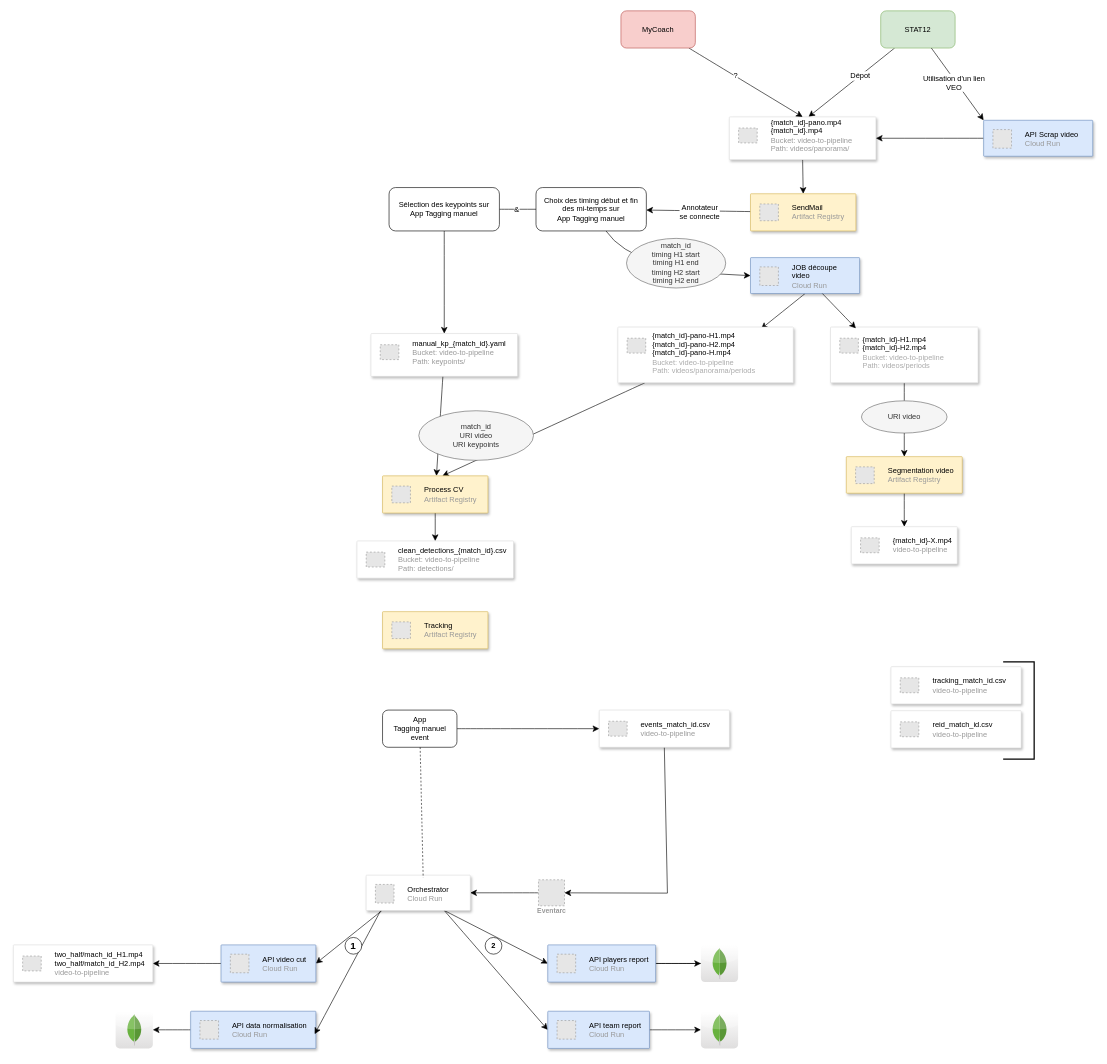
Earlier version of the draw.io diagram page "Full DS" (1 of 4) of Untitled Diagram.drawio (clairesecehDS/logo). Source tidied: cells renumbered, new cells numbered last; positions are measured from the earlier drawing's top-left corner, leaving out a move shared by most shapes. Both pictures are drawn from the tidied source at 62%, with x=0, y=0 at pixel (13, 11). Pictures stored in the file or linked from it are replaced by grey dashed boxes.
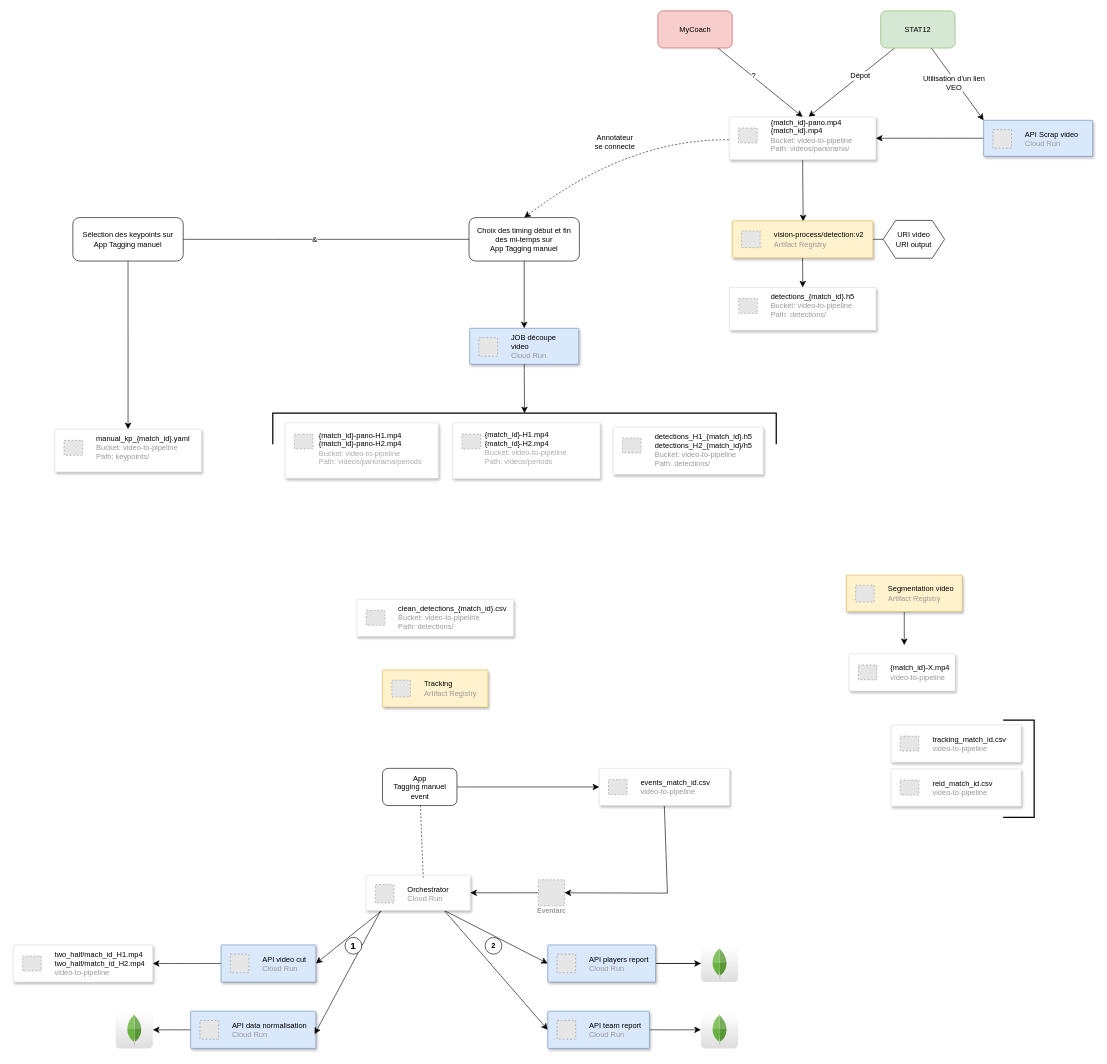
The same diagram, later.

The change refers to these unchanged cells:
```xml
<mxCell id="6" style="strokeColor=#dddddd;shadow=1;strokeWidth=1;rounded=1;absoluteArcSize=1;arcSize=2;" parent="1" vertex="1">
  <mxGeometry x="1154.8" y="171" width="236.5" height="69" as="geometry" />
</mxCell>
<mxCell id="78" style="edgeStyle=none;curved=1;rounded=0;jettySize=auto;html=1;fontSize=12;startSize=8;endSize=8;endArrow=none;endFill=0;" parent="1" edge="1" source="81" target="71">
  <mxGeometry relative="1" as="geometry" />
</mxCell>
```

The edit, as a diff of the source:
```diff
@@
-    <mxCell id="5" style="edgeStyle=none;curved=1;rounded=0;jettySize=auto;html=1;fontSize=12;startSize=8;endSize=8;exitX=0.5;exitY=1;exitDx=0;exitDy=0;entryX=0.5;entryY=0;entryDx=0;entryDy=0;" parent="1" edge="1" source="6" target="68">
+    <mxCell id="5" style="edgeStyle=none;curved=1;rounded=0;jettySize=auto;html=1;fontSize=12;startSize=8;endSize=8;exitX=0.5;exitY=1;exitDx=0;exitDy=0;entryX=0.504;entryY=0.017;entryDx=0;entryDy=0;entryPerimeter=0;" parent="1" edge="1" source="6" target="86">
       <mxGeometry relative="1" as="geometry" />
     </mxCell>
@@
     <mxCell id="9" style="strokeColor=#dddddd;shadow=1;strokeWidth=1;rounded=1;absoluteArcSize=1;arcSize=2;" parent="1" vertex="1">
-      <mxGeometry x="945" y="1127.8" width="210" height="60" as="geometry" />
+      <mxGeometry x="945" y="1221.8" width="210" height="60" as="geometry" />
     </mxCell>
@@
     <mxCell id="40" value="&lt;div&gt;App&lt;br&gt;&lt;/div&gt;&lt;div&gt;Tagging manuel&lt;/div&gt;&lt;div&gt;event&lt;br&gt;&lt;/div&gt;" style="rounded=1;whiteSpace=wrap;html=1;" parent="1" vertex="1">
-      <mxGeometry x="595.5" y="1127.8" width="120" height="60" as="geometry" />
+      <mxGeometry x="595.5" y="1221.8" width="120" height="60" as="geometry" />
     </mxCell>
     <mxCell id="41" style="strokeColor=#dddddd;shadow=1;strokeWidth=1;rounded=1;absoluteArcSize=1;arcSize=2;" parent="1" vertex="1">
-      <mxGeometry x="1415.5" y="1057.8" width="210" height="60" as="geometry" />
+      <mxGeometry x="1415.5" y="1151.8" width="210" height="60" as="geometry" />
     </mxCell>
@@
     <mxCell id="48" style="strokeColor=#dddddd;shadow=1;strokeWidth=1;rounded=1;absoluteArcSize=1;arcSize=2;" parent="1" vertex="1">
-      <mxGeometry x="1351.5" y="832" width="171" height="60" as="geometry" />
+      <mxGeometry x="1348" y="1037" width="171" height="60" as="geometry" />
     </mxCell>
@@
     <mxCell id="50" style="strokeColor=#dddddd;shadow=1;strokeWidth=1;rounded=1;absoluteArcSize=1;arcSize=2;" parent="1" vertex="1">
-      <mxGeometry x="554.2" y="855" width="252.5" height="60" as="geometry" />
+      <mxGeometry x="554.2" y="949" width="252.5" height="60" as="geometry" />
     </mxCell>
@@
     <mxCell id="52" style="strokeColor=#dddddd;shadow=1;strokeWidth=1;rounded=1;absoluteArcSize=1;arcSize=2;" parent="1" vertex="1">
-      <mxGeometry x="1415.5" y="1128.8" width="210" height="60" as="geometry" />
+      <mxGeometry x="1415.5" y="1222.8" width="210" height="60" as="geometry" />
     </mxCell>
@@
     <mxCell id="55" style="strokeWidth=2;html=1;shape=mxgraph.flowchart.annotation_1;align=left;rotation=-180;" parent="1" vertex="1">
-      <mxGeometry x="1596.5" y="1050" width="50" height="157" as="geometry" />
+      <mxGeometry x="1596.5" y="1144" width="50" height="157" as="geometry" />
     </mxCell>
-    <mxCell id="56" style="edgeStyle=none;curved=1;rounded=0;jettySize=auto;html=1;fontSize=12;startSize=8;endSize=8;exitX=0.5;exitY=1;exitDx=0;exitDy=0;entryX=0.816;entryY=0.033;entryDx=0;entryDy=0;entryPerimeter=0;" parent="1" edge="1" source="57" target="60">
-      <mxGeometry relative="1" as="geometry" />
-    </mxCell>
     <mxCell id="57" style="strokeColor=#6c8ebf;shadow=1;strokeWidth=1;rounded=1;absoluteArcSize=1;arcSize=2;fillColor=#dae8fc;" parent="1" vertex="1">
-      <mxGeometry x="1189" y="398" width="176" height="58" as="geometry" />
+      <mxGeometry x="736" y="512" width="176" height="58" as="geometry" />
     </mxCell>
@@
-    <mxCell id="59" style="edgeStyle=none;curved=1;rounded=0;jettySize=auto;html=1;entryX=0.568;entryY=0;entryDx=0;entryDy=0;fontSize=12;startSize=8;endSize=8;entryPerimeter=0;" parent="1" edge="1" source="60" target="86">
-      <mxGeometry relative="1" as="geometry" />
-    </mxCell>
     <mxCell id="60" style="strokeColor=#dddddd;shadow=1;strokeWidth=1;rounded=1;absoluteArcSize=1;arcSize=2;" parent="1" vertex="1">
-      <mxGeometry x="975" y="510" width="283" height="90" as="geometry" />
+      <mxGeometry x="438.5" y="664.5" width="247" height="89.5" as="geometry" />
     </mxCell>
@@
-    <mxCell id="62" value="&lt;div align=&quot;left&quot;&gt;{match_id&lt;font color=&quot;#000000&quot;&gt;}&lt;/font&gt;-pano-H1.mp4&lt;br&gt;{match_id&lt;font color=&quot;#000000&quot;&gt;}&lt;/font&gt;-pano-H2.mp4&lt;br&gt;{match_id&lt;font color=&quot;#000000&quot;&gt;}&lt;/font&gt;-pano-H.mp4&lt;br&gt;&lt;/div&gt;&lt;div align=&quot;left&quot;&gt;&lt;span style=&quot;color: light-dark(rgb(171, 171, 171), rgb(237, 237, 237));&quot;&gt;Bucket: video-to-pipeline&lt;/span&gt;&lt;/div&gt;&lt;div align=&quot;left&quot;&gt;&lt;span style=&quot;color: light-dark(rgb(171, 171, 171), rgb(237, 237, 237));&quot;&gt;Path: videos/panorama/periods&lt;br&gt;&lt;/span&gt;&lt;/div&gt;" style="text;html=1;align=left;verticalAlign=middle;whiteSpace=wrap;rounded=0;" parent="60" vertex="1">
-      <mxGeometry x="54.1" y="34" width="234.7" height="15.7" as="geometry" />
+    <mxCell id="62" value="&lt;div align=&quot;left&quot;&gt;{match_id&lt;font color=&quot;#000000&quot;&gt;}&lt;/font&gt;-pano-H1.mp4&lt;br&gt;{match_id&lt;font color=&quot;#000000&quot;&gt;}&lt;/font&gt;-pano-H2.mp4&lt;br&gt;&lt;/div&gt;&lt;div align=&quot;left&quot;&gt;&lt;span style=&quot;color: light-dark(rgb(171, 171, 171), rgb(237, 237, 237));&quot;&gt;Bucket: video-to-pipeline&lt;/span&gt;&lt;/div&gt;&lt;div align=&quot;left&quot;&gt;&lt;span style=&quot;color: light-dark(rgb(171, 171, 171), rgb(237, 237, 237));&quot;&gt;Path: videos/panorama/periods&lt;br&gt;&lt;/span&gt;&lt;/div&gt;" style="text;html=1;align=left;verticalAlign=middle;whiteSpace=wrap;rounded=0;" parent="60" vertex="1">
+      <mxGeometry x="52.3" y="33.8" width="204.8" height="15.6" as="geometry" />
     </mxCell>
@@
     <mxCell id="65" value="MyCoach" style="rounded=1;whiteSpace=wrap;html=1;fillColor=#f8cecc;strokeColor=#b85450;" parent="1" vertex="1">
-      <mxGeometry x="980" width="120" height="60" as="geometry" />
+      <mxGeometry x="1039.5" width="120" height="60" as="geometry" />
     </mxCell>
-    <mxCell id="66" style="edgeStyle=none;curved=1;rounded=0;jettySize=auto;html=1;fontSize=12;startSize=8;endSize=8;" parent="1" edge="1" source="68" target="71">
-      <mxGeometry relative="1" as="geometry" />
+    <mxCell id="66" style="edgeStyle=none;curved=1;rounded=0;jettySize=auto;html=1;fontSize=12;startSize=8;endSize=8;dashed=1;entryX=0.5;entryY=0;entryDx=0;entryDy=0;" parent="1" edge="1" target="71">
+      <mxGeometry relative="1" as="geometry">
+        <mxPoint x="1154" y="208" as="sourcePoint" />
+        <Array as="points">
+          <mxPoint x="992" y="206" />
+        </Array>
+      </mxGeometry>
     </mxCell>
     <mxCell id="67" value="&lt;div&gt;Annotateur&lt;/div&gt;&lt;div&gt;se connecte&lt;br&gt;&lt;/div&gt;" style="edgeLabel;html=1;align=center;verticalAlign=middle;fontSize=12;" parent="66" vertex="1">
-      <mxGeometry x="-0.02" y="1" relative="1" as="geometry" />
+      <mxGeometry x="-0.02" y="1" relative="1" as="geometry">
+        <mxPoint x="-6" y="-9" as="offset" />
+      </mxGeometry>
     </mxCell>
-    <mxCell id="68" style="fillColor=#fff2cc;strokeColor=#d6b656;shadow=1;strokeWidth=1;rounded=1;absoluteArcSize=1;arcSize=2;" parent="1" vertex="1">
-      <mxGeometry x="1189" y="295" width="170" height="60" as="geometry" />
-    </mxCell>
-    <mxCell id="69" value="&lt;font color=&quot;#000000&quot;&gt;SendMail&lt;/font&gt;&lt;br&gt;Artifact Registry" style="fillColor=#E6E6E6;strokeColor=#999999;dashed=1;html=1;fontColor=#999999;verticalLabelPosition=middle;verticalAlign=middle;labelPosition=right;align=left;spacingLeft=20;" parent="68" vertex="1">
-      <mxGeometry width="30" height="27" relative="1" as="geometry">
-        <mxPoint x="15" y="16.5" as="offset" />
-      </mxGeometry>
-    </mxCell>
-    <mxCell id="70" style="edgeStyle=none;curved=1;rounded=0;jettySize=auto;html=1;entryX=0;entryY=0.5;entryDx=0;entryDy=0;fontSize=12;startSize=8;endSize=8;" parent="1" edge="1" source="71" target="57">
-      <mxGeometry relative="1" as="geometry">
-        <Array as="points">
-          <mxPoint x="1001" y="421" />
-        </Array>
-      </mxGeometry>
-    </mxCell>
     <mxCell id="71" value="&lt;div&gt;Choix des timing début et fin&lt;/div&gt;&lt;div&gt;des mi-temps sur&lt;/div&gt;&lt;div&gt;App Tagging manuel&lt;/div&gt;" style="rounded=1;whiteSpace=wrap;html=1;" parent="1" vertex="1">
-      <mxGeometry x="843" y="285" width="178" height="70" as="geometry" />
+      <mxGeometry x="735" y="333.5" width="178" height="70" as="geometry" />
     </mxCell>
-    <mxCell id="72" value="&lt;div&gt;match_id&lt;/div&gt;&lt;div&gt;timing H1 start&lt;/div&gt;&lt;div&gt;timing H1 end&lt;/div&gt;&lt;div&gt;&lt;div&gt;timing H2 start&lt;/div&gt;&lt;div&gt;timing H2 end&lt;/div&gt;&lt;/div&gt;" style="ellipse;whiteSpace=wrap;html=1;fillColor=#f5f5f5;fontColor=#333333;strokeColor=#666666;" parent="1" vertex="1">
-      <mxGeometry x="989" y="367" width="160" height="80" as="geometry" />
-    </mxCell>
-    <mxCell id="73" style="edgeStyle=none;curved=1;rounded=0;jettySize=auto;html=1;fontSize=12;startSize=8;endSize=8;" parent="1" edge="1" source="74" target="90">
-      <mxGeometry relative="1" as="geometry" />
-    </mxCell>
     <mxCell id="74" style="strokeColor=#dddddd;shadow=1;strokeWidth=1;rounded=1;absoluteArcSize=1;arcSize=2;" parent="1" vertex="1">
-      <mxGeometry x="1318" y="510" width="238" height="90" as="geometry" />
+      <mxGeometry x="708.5" y="664.5" width="238" height="90" as="geometry" />
     </mxCell>
@@
-    <mxCell id="77" style="edgeStyle=none;curved=1;rounded=0;jettySize=auto;html=1;entryX=0.172;entryY=0.022;entryDx=0;entryDy=0;entryPerimeter=0;fontSize=12;startSize=8;endSize=8;" parent="1" edge="1" source="57" target="74">
-      <mxGeometry relative="1" as="geometry" />
-    </mxCell>
@@
     <mxCell id="79" value="&amp;amp;" style="edgeLabel;html=1;align=center;verticalAlign=middle;fontSize=12;" parent="78" vertex="1">
-      <mxGeometry x="-0.1" relative="1" as="geometry" />
+      <mxGeometry x="-0.1" relative="1" as="geometry">
+        <mxPoint x="4" as="offset" />
+      </mxGeometry>
     </mxCell>
@@
     <mxCell id="81" value="&lt;div&gt;Sélection des keypoints sur&lt;/div&gt;&lt;div&gt;App Tagging manuel&lt;/div&gt;" style="rounded=1;whiteSpace=wrap;html=1;" parent="1" vertex="1">
-      <mxGeometry x="606" y="285" width="178" height="70" as="geometry" />
+      <mxGeometry x="96" y="333.5" width="178" height="70" as="geometry" />
     </mxCell>
-    <mxCell id="82" style="edgeStyle=none;curved=1;rounded=0;jettySize=auto;html=1;fontSize=12;startSize=8;endSize=8;" parent="1" edge="1" source="83" target="86">
-      <mxGeometry relative="1" as="geometry" />
-    </mxCell>
     <mxCell id="83" style="strokeColor=#dddddd;shadow=1;strokeWidth=1;rounded=1;absoluteArcSize=1;arcSize=2;" parent="1" vertex="1">
-      <mxGeometry x="576.8" y="520.5" width="236.5" height="69" as="geometry" />
+      <mxGeometry x="66.8" y="674.8" width="236.5" height="69" as="geometry" />
     </mxCell>
@@
-    <mxCell id="85" style="edgeStyle=none;curved=1;rounded=0;jettySize=auto;html=1;fontSize=12;startSize=8;endSize=8;" parent="1" edge="1" source="86" target="50">
-      <mxGeometry relative="1" as="geometry" />
-    </mxCell>
     <mxCell id="86" style="fillColor=#fff2cc;strokeColor=#d6b656;shadow=1;strokeWidth=1;rounded=1;absoluteArcSize=1;arcSize=2;" parent="1" vertex="1">
-      <mxGeometry x="595.5" y="750" width="170" height="60" as="geometry" />
+      <mxGeometry x="1159.5" y="338.5" width="227" height="60" as="geometry" />
     </mxCell>
-    <mxCell id="87" value="&lt;font color=&quot;#000000&quot;&gt;Process CV&lt;/font&gt;&lt;br&gt;Artifact Registry" style="fillColor=#E6E6E6;strokeColor=#999999;dashed=1;html=1;fontColor=#999999;verticalLabelPosition=middle;verticalAlign=middle;labelPosition=right;align=left;spacingLeft=20;" parent="86" vertex="1">
+    <mxCell id="87" value="&lt;font color=&quot;#000000&quot;&gt;vision-process/detection:v2&lt;/font&gt;&lt;br&gt;Artifact Registry" style="fillColor=#E6E6E6;strokeColor=#999999;dashed=1;html=1;fontColor=#999999;verticalLabelPosition=middle;verticalAlign=middle;labelPosition=right;align=left;spacingLeft=20;" parent="86" vertex="1">
       <mxGeometry width="30" height="27" relative="1" as="geometry">
         <mxPoint x="15" y="16.5" as="offset" />
       </mxGeometry>
     </mxCell>
-    <mxCell id="88" value="&lt;div&gt;match_id&lt;/div&gt;&lt;div&gt;URI video&lt;br&gt;&lt;/div&gt;&lt;div&gt;URI keypoints&lt;br&gt;&lt;/div&gt;" style="ellipse;whiteSpace=wrap;html=1;fillColor=#f5f5f5;fontColor=#333333;strokeColor=#666666;" parent="1" vertex="1">
-      <mxGeometry x="654" y="645" width="185" height="80" as="geometry" />
-    </mxCell>
-    <mxCell id="89" style="edgeStyle=none;curved=1;rounded=0;jettySize=auto;html=1;fontSize=12;startSize=8;endSize=8;" parent="1" edge="1" source="90" target="48">
-      <mxGeometry relative="1" as="geometry" />
+    <mxCell id="89" style="edgeStyle=none;curved=1;rounded=0;jettySize=auto;html=1;fontSize=12;startSize=8;endSize=8;" parent="1" edge="1" source="90">
+      <mxGeometry relative="1" as="geometry">
+        <mxPoint x="1437" y="1023" as="targetPoint" />
+      </mxGeometry>
     </mxCell>
     <mxCell id="90" style="fillColor=#fff2cc;strokeColor=#d6b656;shadow=1;strokeWidth=1;rounded=1;absoluteArcSize=1;arcSize=2;" parent="1" vertex="1">
-      <mxGeometry x="1343.5" y="719" width="187" height="59" as="geometry" />
+      <mxGeometry x="1343.5" y="910" width="187" height="59" as="geometry" />
     </mxCell>
@@
-    <mxCell id="92" value="&lt;div&gt;URI video&lt;br&gt;&lt;/div&gt;" style="ellipse;whiteSpace=wrap;html=1;fillColor=#f5f5f5;fontColor=#333333;strokeColor=#666666;" parent="1" vertex="1">
-      <mxGeometry x="1368" y="629" width="138" height="52" as="geometry" />
-    </mxCell>
     <mxCell id="93" style="fillColor=#fff2cc;strokeColor=#d6b656;shadow=1;strokeWidth=1;rounded=1;absoluteArcSize=1;arcSize=2;" parent="1" vertex="1">
-      <mxGeometry x="595.5" y="969" width="170" height="60" as="geometry" />
+      <mxGeometry x="595.5" y="1063" width="170" height="60" as="geometry" />
     </mxCell>
@@
+    <mxCell id="95" style="edgeStyle=none;jettySize=auto;html=1;rounded=0;fontSize=12;startSize=8;endSize=8;curved=1;" parent="1" edge="1" source="96">
+      <mxGeometry relative="1" as="geometry">
+        <mxPoint x="1475" y="362.5" as="targetPoint" />
+      </mxGeometry>
+    </mxCell>
+    <mxCell id="96" value="&lt;div&gt;URI video&lt;/div&gt;&lt;div&gt;URI output&lt;/div&gt;" style="shape=hexagon;perimeter=hexagonPerimeter2;whiteSpace=wrap;html=1;fixedSize=1;size=20;" parent="1" vertex="1">
+      <mxGeometry x="1403" y="338" width="99" height="61" as="geometry" />
+    </mxCell>
+    <mxCell id="97" style="endArrow=none;html=1;rounded=0;fontSize=12;startSize=8;endSize=8;curved=1;exitX=1;exitY=0.5;exitDx=0;exitDy=0;entryX=0;entryY=0.5;entryDx=0;entryDy=0;" parent="1" edge="1" source="86" target="96">
+      <mxGeometry relative="1" as="geometry" />
+    </mxCell>
+    <mxCell id="98" style="strokeColor=#dddddd;shadow=1;strokeWidth=1;rounded=1;absoluteArcSize=1;arcSize=2;" parent="1" vertex="1">
+      <mxGeometry x="1155" y="446" width="236.5" height="69" as="geometry" />
+    </mxCell>
+    <mxCell id="99" value="&lt;div&gt;&lt;font color=&quot;#000000&quot;&gt;detections_{match_id}.h5&lt;/font&gt;&lt;/div&gt;&lt;div&gt;Bucket: video-to-pipeline&lt;/div&gt;&lt;div&gt;Path: detections/&lt;br&gt;&lt;/div&gt;" style="fillColor=#E6E6E6;strokeColor=#999999;dashed=1;html=1;fontColor=#999999;verticalLabelPosition=middle;verticalAlign=middle;labelPosition=right;align=left;spacingLeft=20;" parent="98" vertex="1">
+      <mxGeometry width="30" height="24" relative="1" as="geometry">
+        <mxPoint x="15" y="18" as="offset" />
+      </mxGeometry>
+    </mxCell>
+    <mxCell id="100" style="edgeStyle=none;jettySize=auto;html=1;rounded=0;fontSize=12;startSize=8;endSize=8;curved=1;exitX=0.5;exitY=1;exitDx=0;exitDy=0;entryX=0.5;entryY=0;entryDx=0;entryDy=0;" parent="1" edge="1" source="86" target="98">
+      <mxGeometry relative="1" as="geometry" />
+    </mxCell>
+    <mxCell id="70" style="edgeStyle=none;jettySize=auto;html=1;rounded=0;fontSize=12;startSize=8;endSize=8;curved=1;exitX=0.5;exitY=1;exitDx=0;exitDy=0;entryX=0.5;entryY=0;entryDx=0;entryDy=0;" parent="1" edge="1" source="71" target="57">
+      <mxGeometry relative="1" as="geometry" />
+    </mxCell>
+    <mxCell id="101" style="strokeColor=#dddddd;shadow=1;strokeWidth=1;rounded=1;absoluteArcSize=1;arcSize=2;" parent="1" vertex="1">
+      <mxGeometry x="967.5" y="671.1" width="242" height="76.8" as="geometry" />
+    </mxCell>
+    <mxCell id="102" value="&lt;div&gt;&lt;font color=&quot;#000000&quot;&gt;&lt;br&gt;&lt;/font&gt;&lt;/div&gt;&lt;div&gt;&lt;font color=&quot;#000000&quot;&gt;detections_H1_{match_id}.h5&lt;/font&gt;&lt;/div&gt;&lt;div&gt;&lt;font color=&quot;#000000&quot;&gt;detections_H2_{match_id}/h5&lt;br&gt;&lt;/font&gt;&lt;/div&gt;&lt;div&gt;Bucket: video-to-pipeline&lt;/div&gt;&lt;div&gt;Path: detections/&lt;br&gt;&lt;/div&gt;" style="fillColor=#E6E6E6;strokeColor=#999999;dashed=1;html=1;fontColor=#999999;verticalLabelPosition=middle;verticalAlign=middle;labelPosition=right;align=left;spacingLeft=20;" parent="101" vertex="1">
+      <mxGeometry width="30" height="24" relative="1" as="geometry">
+        <mxPoint x="15" y="18" as="offset" />
+      </mxGeometry>
+    </mxCell>
+    <mxCell id="103" style="strokeWidth=2;html=1;shape=mxgraph.flowchart.annotation_1;align=left;rotation=90;" parent="1" vertex="1">
+      <mxGeometry x="799.5" y="268" width="50" height="812" as="geometry" />
+    </mxCell>
+    <mxCell id="104" style="edgeStyle=none;jettySize=auto;html=1;rounded=0;fontSize=12;startSize=8;endSize=8;curved=1;exitX=0.5;exitY=1;exitDx=0;exitDy=0;entryX=0;entryY=0.5;entryDx=0;entryDy=0;entryPerimeter=0;" parent="1" edge="1" source="57" target="103">
+      <mxGeometry relative="1" as="geometry" />
+    </mxCell>
```
